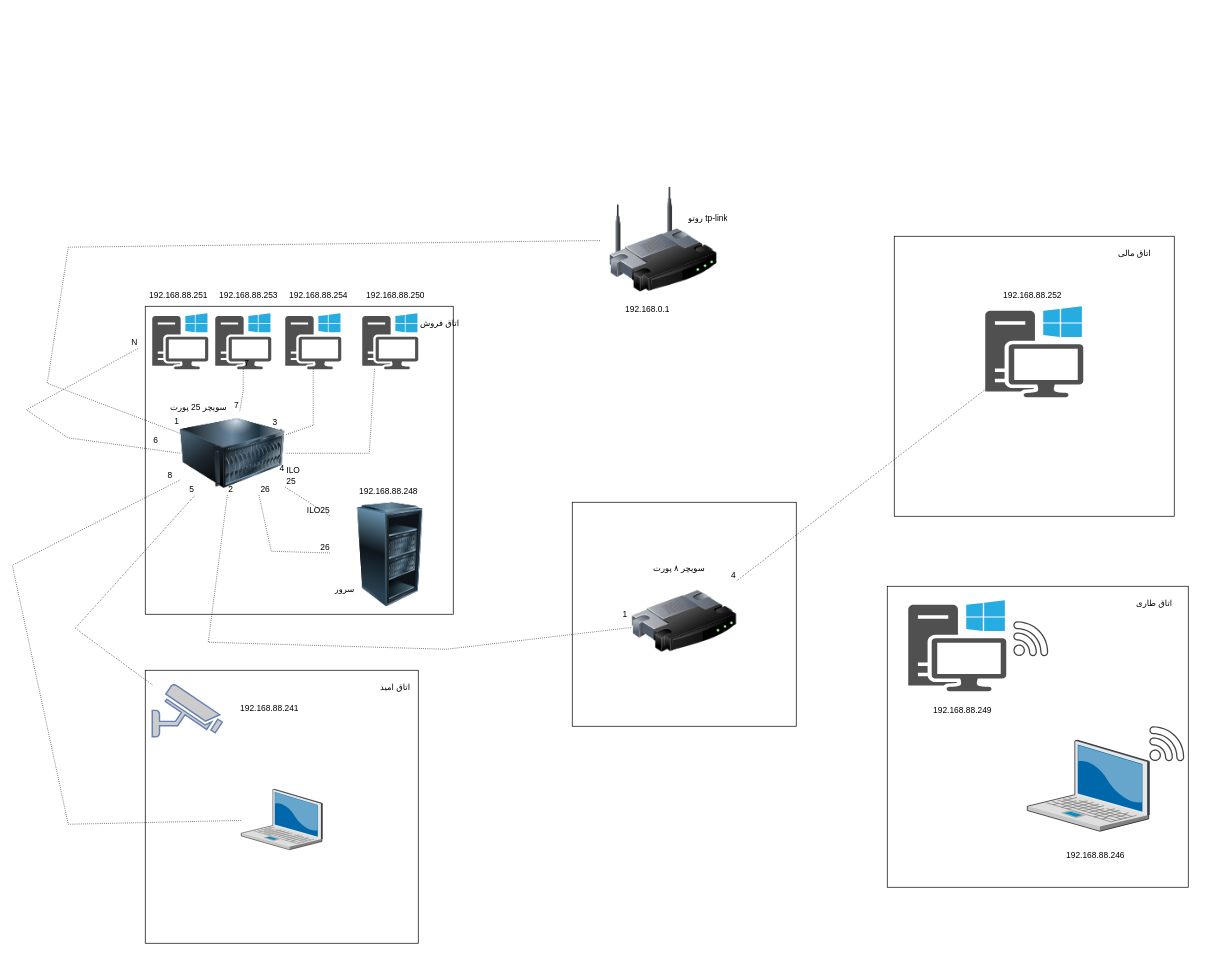
Earlier version of the draw.io diagram Untitled Diagram.drawio (mamali4521/default-subnet). Source tidied: cells renumbered, new cells numbered last; positions are measured from the earlier drawing's top-left corner, leaving out a move shared by most shapes. Both pictures are drawn from the tidied source at 70%, with x=0, y=0 at pixel (12, 187).
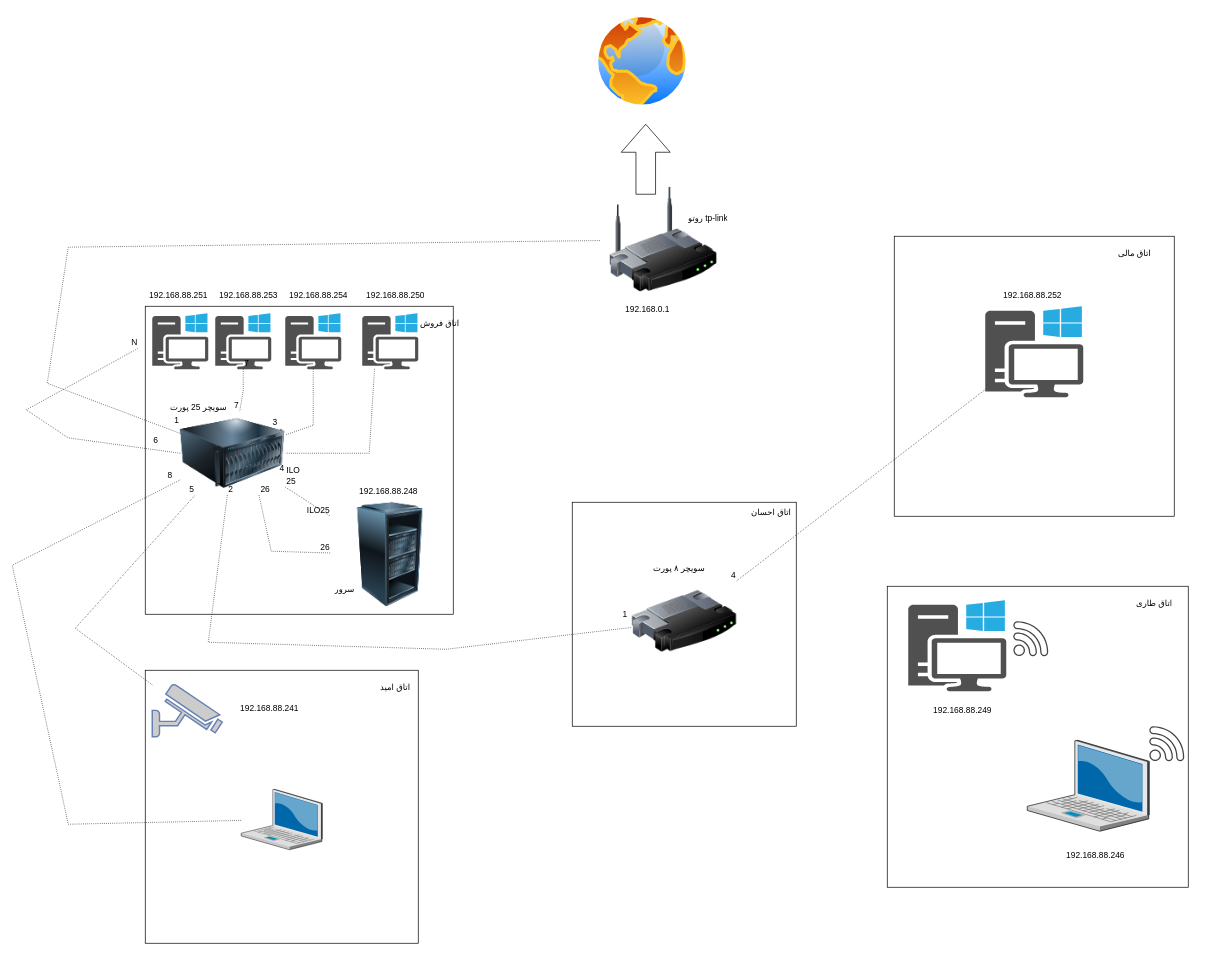
Above is the later version.

The edit, as a diff of the source:
```diff
@@
+    <mxCell id="68" style="image;perimeter=ellipsePerimeter;html=1;align=center;shadow=0;dashed=0;spacingTop=3;image=img/lib/active_directory/internet_globe.svg;" parent="1" vertex="1">
+      <mxGeometry x="830" y="-250" width="140" height="140" as="geometry" />
+    </mxCell>
+    <mxCell id="69" style="html=1;shadow=0;dashed=0;align=center;verticalAlign=middle;shape=mxgraph.arrows2.arrow;dy=0.6;dx=40;direction=north;notch=0;" parent="1" vertex="1">
+      <mxGeometry x="870" y="-90" width="70" height="100" as="geometry" />
+    </mxCell>
+    <mxCell id="70" value="اتاق احسان" style="text;strokeColor=none;fillColor=none;align=left;verticalAlign=middle;spacingLeft=4;spacingRight=4;overflow=hidden;whiteSpace=wrap;html=1;" parent="1" vertex="1">
+      <mxGeometry x="1050" y="450" width="100" height="30" as="geometry" />
+    </mxCell>
```
